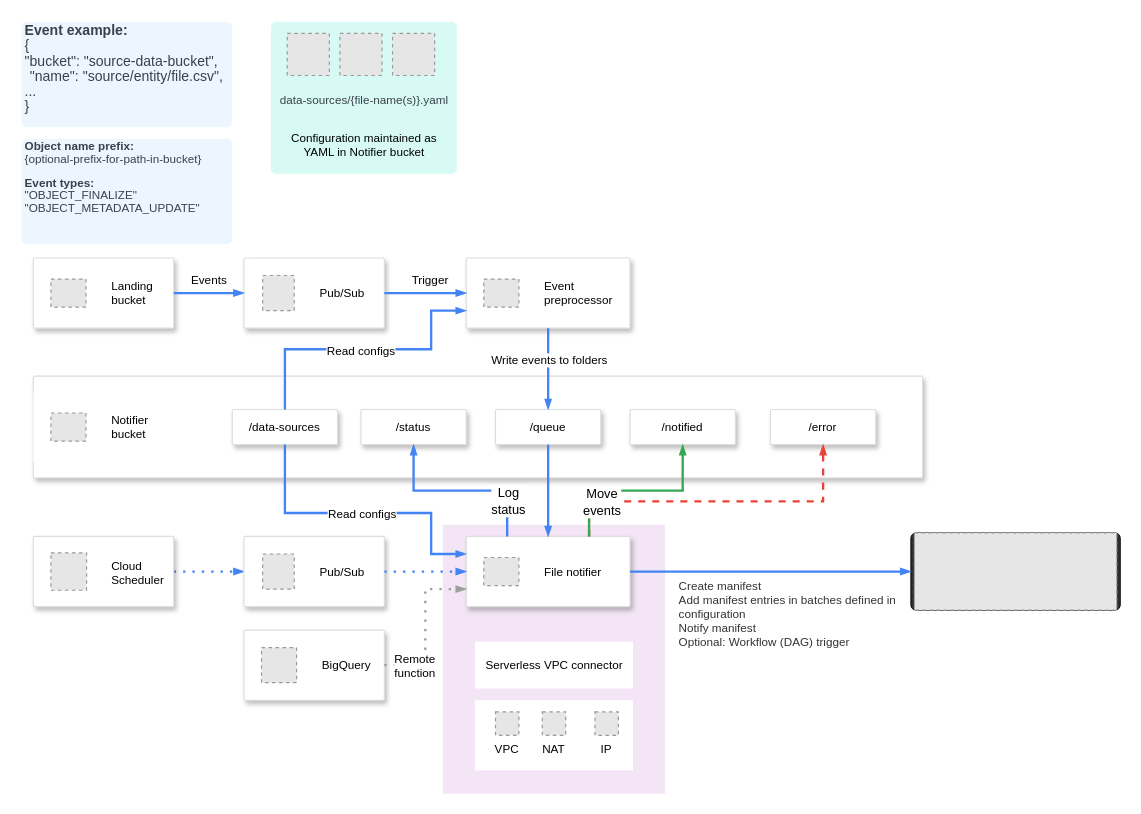
Above: cloud_resources/gcp/architecture/gcp_notifier.drawio in agile-data-engine/ade-file-notifier-reference (draw.io), before the change. Source tidied: cells renumbered, new cells numbered last; positions are measured from the earlier drawing's top-left corner, leaving out a move shared by most shapes. Both pictures are drawn from the tidied source at 117%, with x=0, y=0 at pixel (21, 21). Pictures stored in the file or linked from it are replaced by grey dashed boxes.
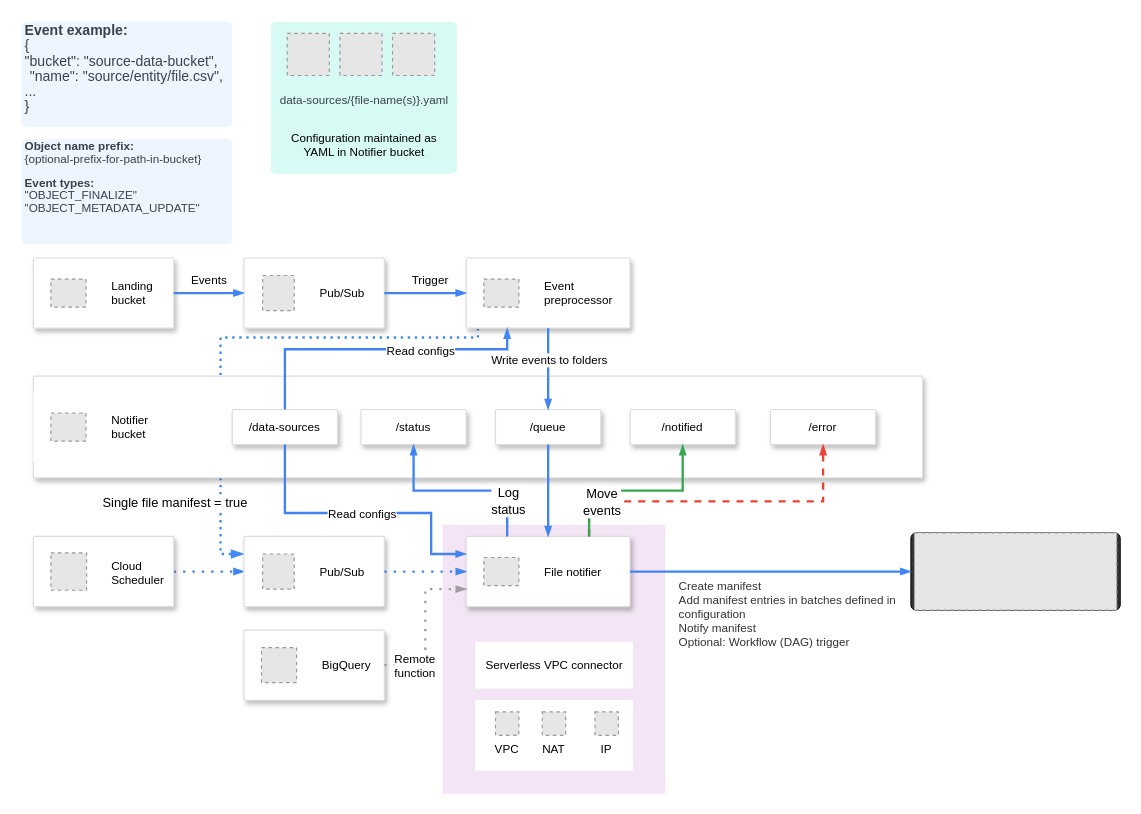
After the change.

Commit message (it also covers changes not shown here):
upgrading GCP and modifying architecture

The change refers to these unchanged cells:
```xml
<mxCell id="3" style="strokeColor=#dddddd;shadow=1;strokeWidth=1;rounded=1;absoluteArcSize=1;arcSize=2;" parent="1" vertex="1">
  <mxGeometry x="380" y="202" width="140" height="60" as="geometry" />
</mxCell>
<mxCell id="44" style="strokeColor=#dddddd;shadow=1;strokeWidth=1;rounded=1;absoluteArcSize=1;arcSize=2;labelBackgroundColor=default;fontSize=10;fontColor=#000000;" parent="1" vertex="1">
  <mxGeometry x="190" y="440" width="120" height="60" as="geometry" />
</mxCell>
<mxCell id="53" value="/data-sources" style="strokeColor=#dddddd;shadow=1;strokeWidth=1;rounded=1;absoluteArcSize=1;arcSize=2;fontSize=10;" parent="1" vertex="1">
  <mxGeometry x="180" y="331.5" width="90" height="30" as="geometry" />
</mxCell>
```

Change to the diagram source:
```diff
@@
+    <mxCell id="66" style="edgeStyle=orthogonalEdgeStyle;rounded=0;jettySize=auto;html=1;entryX=0;entryY=0.25;entryDx=0;entryDy=0;strokeWidth=2;strokeColor=#408cf3;dashed=1;dashPattern=1 2;endArrow=blockThin;endFill=1;" parent="1" edge="1" source="3" target="44">
+      <mxGeometry relative="1" as="geometry">
+        <Array as="points">
+          <mxPoint x="390" y="270" />
+          <mxPoint x="170" y="270" />
+          <mxPoint x="170" y="455" />
+        </Array>
+      </mxGeometry>
+    </mxCell>
+    <mxCell id="67" value="Single file manifest = true" style="edgeLabel;html=1;align=center;verticalAlign=middle;" parent="66" vertex="1">
+      <mxGeometry x="0.12" relative="1" as="geometry">
+        <mxPoint x="-40" y="126" as="offset" />
+      </mxGeometry>
+    </mxCell>
@@
-    <mxCell id="54" style="edgeStyle=orthogonalEdgeStyle;fontSize=12;html=1;endArrow=blockThin;endFill=1;rounded=0;strokeWidth=2;endSize=4;startSize=4;dashed=0;strokeColor=#4284F3;exitX=0.5;exitY=0;exitDx=0;exitDy=0;entryX=0;entryY=0.75;entryDx=0;entryDy=0;" parent="1" edge="1" source="53" target="3">
+    <mxCell id="54" style="edgeStyle=orthogonalEdgeStyle;fontSize=12;html=1;endArrow=blockThin;endFill=1;rounded=0;strokeWidth=2;endSize=4;startSize=4;dashed=0;strokeColor=#4284F3;exitX=0.5;exitY=0;exitDx=0;exitDy=0;entryX=0.25;entryY=1;entryDx=0;entryDy=0;" parent="1" edge="1" source="53" target="3">
       <mxGeometry relative="1" as="geometry">
         <Array as="points">
           <mxPoint x="225" y="280" />
-          <mxPoint x="350" y="280" />
-          <mxPoint x="350" y="247" />
+          <mxPoint x="415" y="280" />
         </Array>
       </mxGeometry>
     </mxCell>
     <mxCell id="55" value="&lt;font style=&quot;font-size: 10px;&quot;&gt;Read configs&lt;/font&gt;" style="edgeLabel;html=1;align=center;verticalAlign=middle;fontSize=12;" parent="54" vertex="1">
       <mxGeometry x="0.13" relative="1" as="geometry">
-        <mxPoint x="-19" as="offset" />
+        <mxPoint x="20" as="offset" />
       </mxGeometry>
     </mxCell>
```
